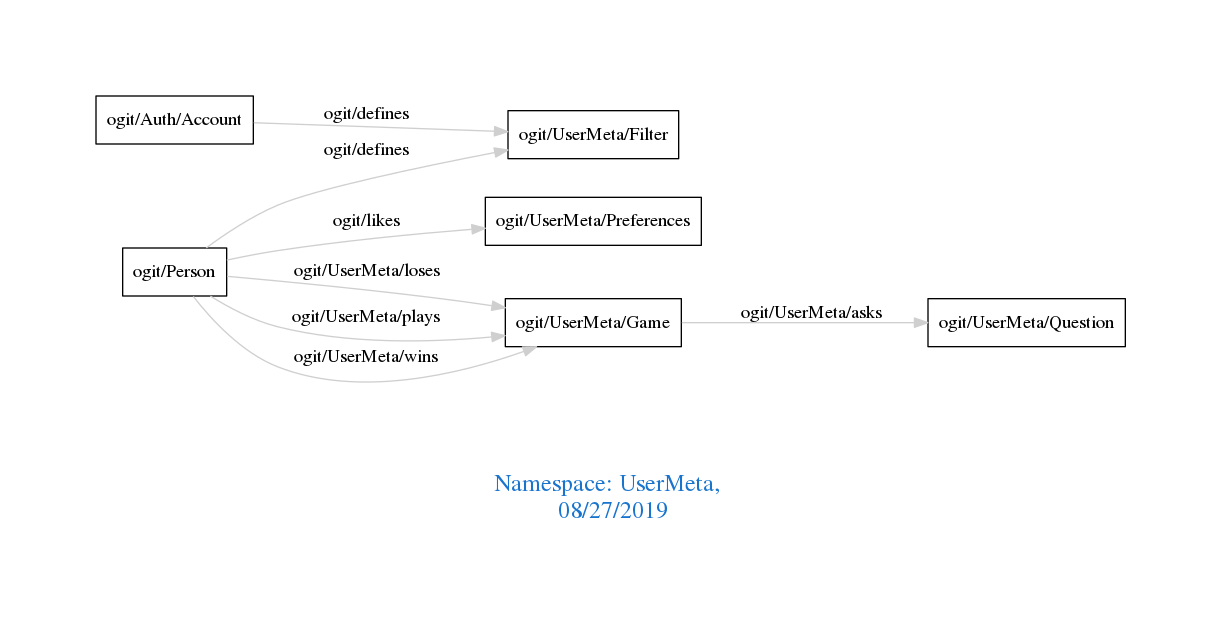
This is downloads/UserMeta.png from arago/OGIT, a Graphviz export, as it was before one commit. Its source is kept beside it as downloads/UserMeta.dot.
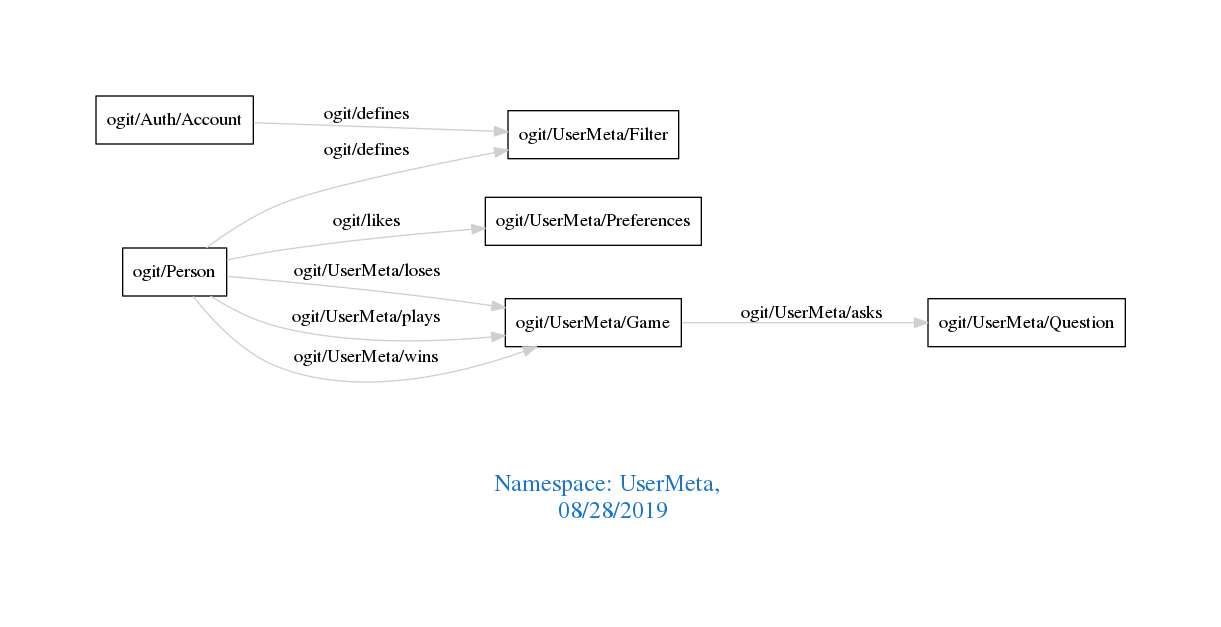
After the commit.

Diff of the diagram source:
```diff
@@ -1,7 +1,7 @@
 digraph OGIT_ontology {
  graph [ rankdir= LR,pad=1
 fontsize = 18,
-fontcolor= dodgerblue3,label = "\n\n\nNamespace: UserMeta, \n 08/27/2019"];
+fontcolor= dodgerblue3,label = "\n\n\nNamespace: UserMeta, \n 08/28/2019"];
 node[shape=polygon];
 edge [  color="gray81"];
 
```
